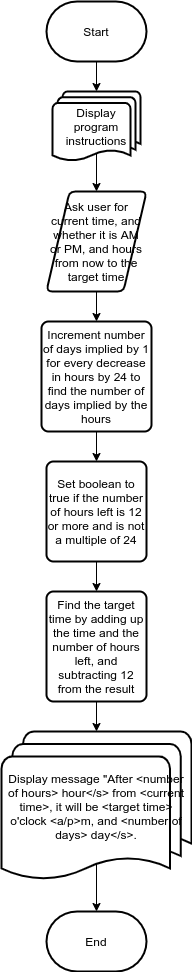
Before: diagram.png, a diagram exported from draw.io (7assan-5alloof/ex09ControlStructures). Source tidied: cells renumbered, new cells last; positions are measured from the earlier drawing's top-left corner, leaving out a move shared by most shapes.
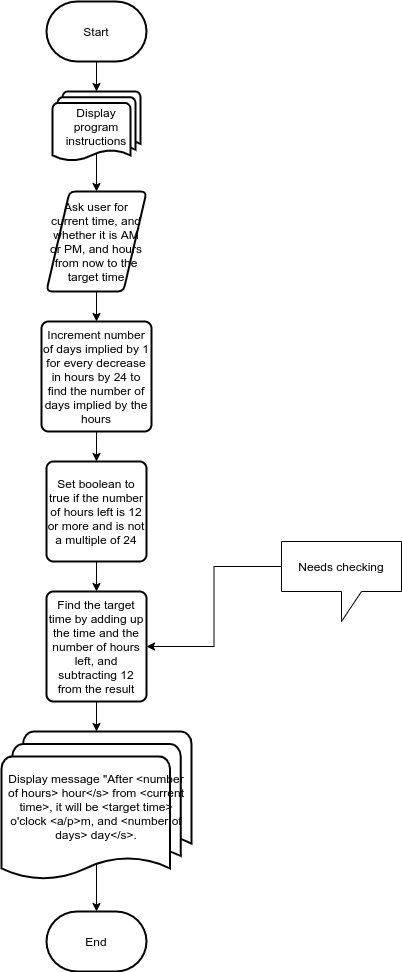
The same diagram one commit later.

Commit message:
Added comments on parts that need checking

Diff of the diagram source:
```diff
@@ -47,5 +47,11 @@
     <mxCell id="16" value="Set boolean to true if the number of hours left is 12 or more and is not a multiple of 24" style="rounded=1;whiteSpace=wrap;html=1;absoluteArcSize=1;arcSize=14;strokeWidth=2;" parent="1" vertex="1">
       <mxGeometry x="45" y="460" width="100" height="100" as="geometry" />
     </mxCell>
+    <mxCell id="17" style="edgeStyle=orthogonalEdgeStyle;rounded=0;jettySize=auto;html=1;exitX=0;exitY=0;exitDx=0;exitDy=25;exitPerimeter=0;entryX=1;entryY=0.5;entryDx=0;entryDy=0;" parent="1" edge="1" source="18" target="14">
+      <mxGeometry relative="1" as="geometry" />
+    </mxCell>
+    <mxCell id="18" value="Needs checking" style="shape=callout;whiteSpace=wrap;html=1;perimeter=calloutPerimeter;" parent="1" vertex="1">
+      <mxGeometry x="280" y="540" width="120" height="80" as="geometry" />
+    </mxCell>
   </root>
 </mxGraphModel>
```
